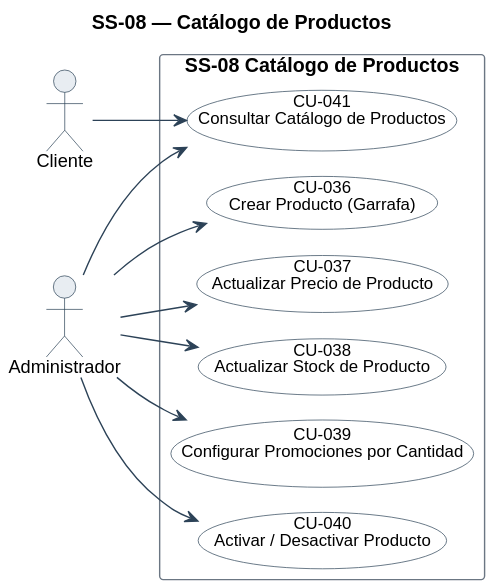
Before: diagramas/uml/CU_SS-08_Gestion-De-Productos.svg, a diagram exported from PlantUML (Nahuelito-Dev/splg-docs).
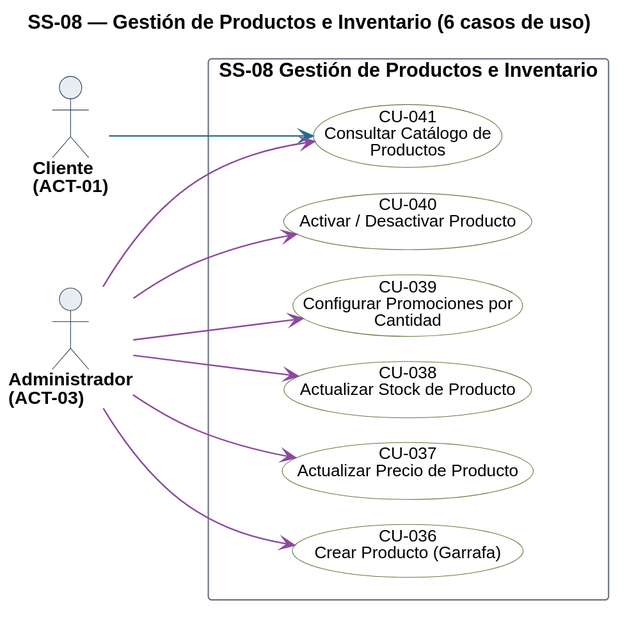
Later version of the same file.

What changed in the source:
```diff
@@ -1,22 +1,23 @@
 @startuml
-!pragma layout smetana
-title SS-08 — Catálogo de Productos
+title SS-08 — Gestión de Productos e Inventario (6 casos de uso)
 left to right direction
 skinparam backgroundColor #FFFFFF
 skinparam shadowing false
 skinparam defaultFontName Helvetica
 skinparam defaultFontSize 13
+skinparam dpi 150
 skinparam ArrowColor #2C4257
+skinparam ArrowThickness 1.1
 skinparam actor {
   BorderColor #2C4257
   BackgroundColor #E8EDF2
+  FontSize 13
+  FontStyle bold
 }
 skinparam usecase {
   BorderColor #2C4257
   BackgroundColor #FFFFFF
   FontSize 12
-  BorderColor<<pendiente>> #9C4436
-  BackgroundColor<<pendiente>> #F6E4E1
 }
 skinparam rectangle {
   BorderColor #6B7683
@@ -24,23 +25,30 @@
   FontStyle bold
 }
 
-actor "Cliente" as A1
-actor "Administrador" as A3
-
-rectangle "SS-08 Catálogo de Productos" {
-  usecase "CU-036\nCrear Producto (Garrafa)" as U36
-  usecase "CU-037\nActualizar Precio de Producto" as U37
-  usecase "CU-038\nActualizar Stock de Producto" as U38
-  usecase "CU-039\nConfigurar Promociones por Cantidad" as U39
-  usecase "CU-040\nActivar / Desactivar Producto" as U40
-  usecase "CU-041\nConsultar Catálogo de Productos" as U41
+skinparam nodesep 18
+skinparam ranksep 70
+skinparam usecase {
+  BorderColor<<pendiente>> #9C4436
+  BackgroundColor<<pendiente>> #F6E4E1
 }
 
-A3 --> U36
-A3 --> U37
-A3 --> U38
-A3 --> U39
-A3 --> U40
-A1 --> U41
-A3 --> U41
+actor "Cliente\n(ACT-01)" as A01
+actor "Administrador\n(ACT-03)" as A03
+
+rectangle "SS-08 Gestión de Productos e Inventario" {
+  usecase "CU-036\nCrear Producto (Garrafa)" as U036 #back:FFFFFF;line:5E7A3A
+  usecase "CU-037\nActualizar Precio de Producto" as U037 #back:FFFFFF;line:5E7A3A
+  usecase "CU-038\nActualizar Stock de Producto" as U038 #back:FFFFFF;line:5E7A3A
+  usecase "CU-039\nConfigurar Promociones por\nCantidad" as U039 #back:FFFFFF;line:5E7A3A
+  usecase "CU-040\nActivar / Desactivar Producto" as U040 #back:FFFFFF;line:5E7A3A
+  usecase "CU-041\nConsultar Catálogo de\nProductos" as U041 #back:FFFFFF;line:5E7A3A
+}
+
+A01 -[#1F6F8B]-> U041
+A03 -[#8C4A9E]-> U036
+A03 -[#8C4A9E]-> U037
+A03 -[#8C4A9E]-> U038
+A03 -[#8C4A9E]-> U039
+A03 -[#8C4A9E]-> U040
+A03 -[#8C4A9E]-> U041
 @enduml
```
